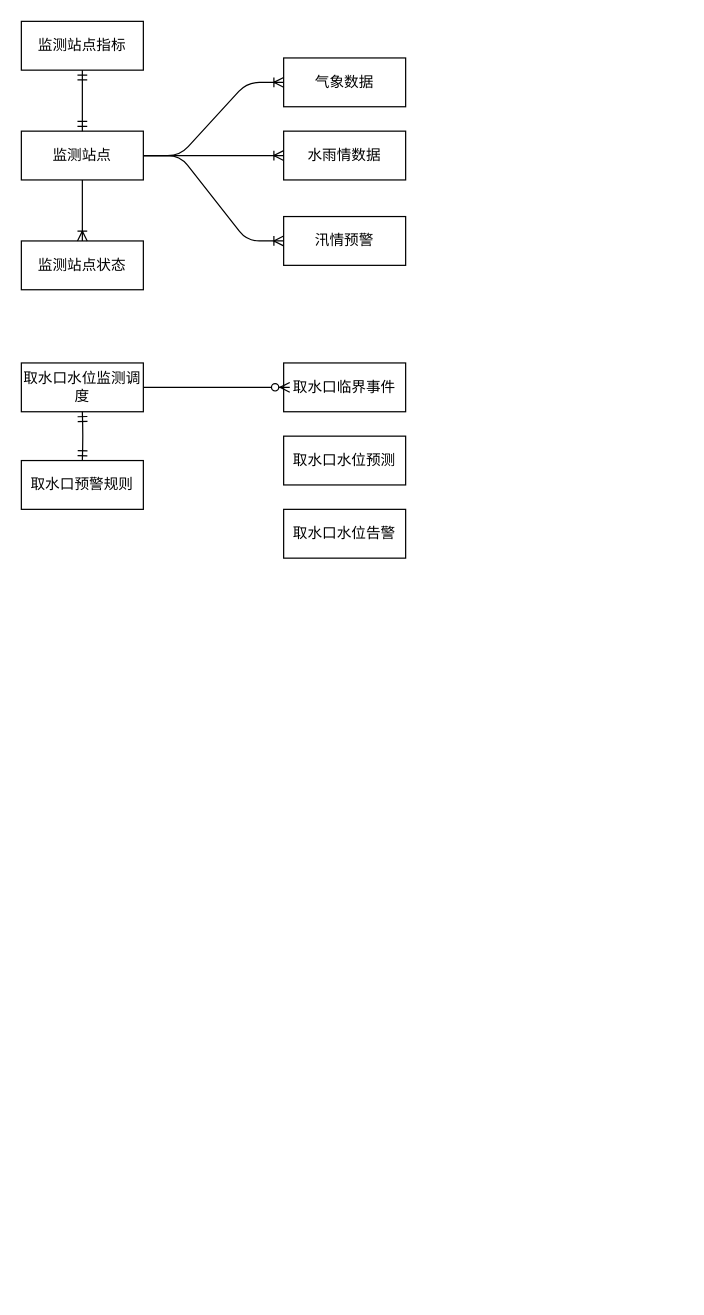
Before: file/waterreser.drawio in DORcode/admin-demo, a draw.io diagram. Source tidied: cells renumbered, new cells numbered last; positions are measured from the earlier drawing's top-left corner, leaving out a move shared by most shapes. Both pictures are drawn from the tidied source at 122%, with x=0, y=0 at pixel (21, 21).
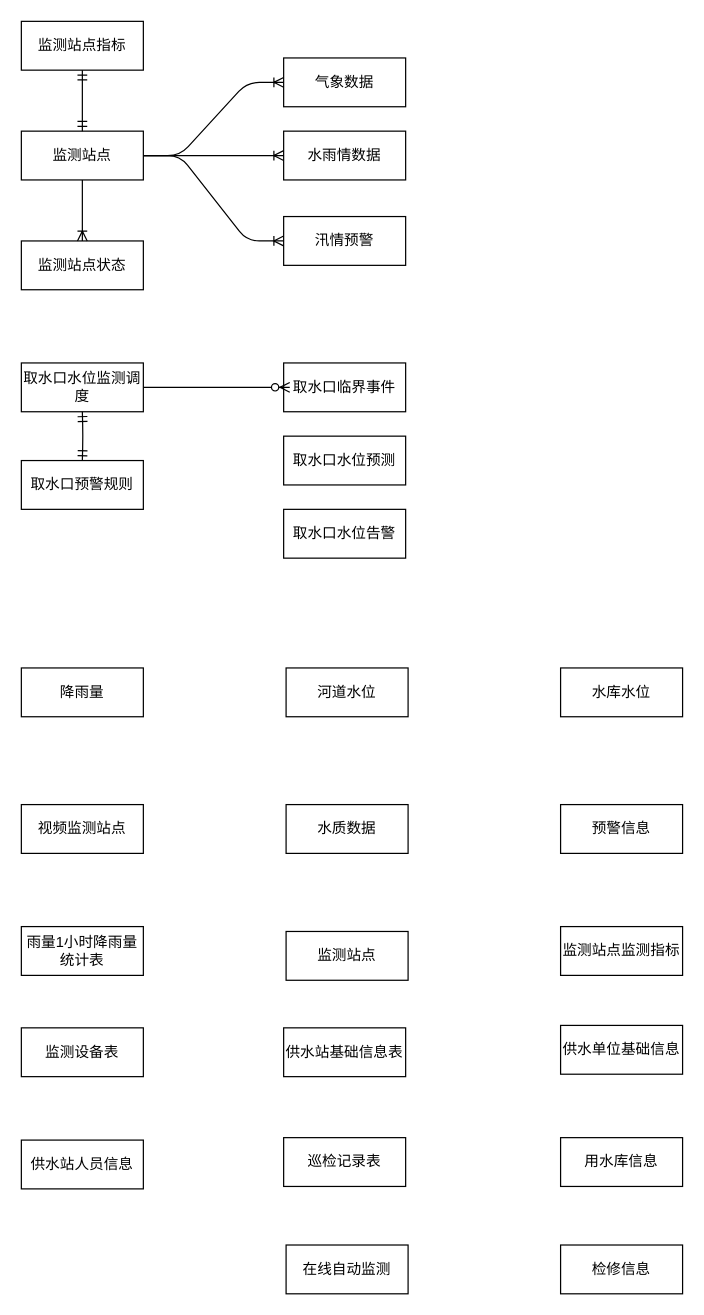
The same diagram, later.

The edit, as a diff of the source:
```diff
@@
+    <mxCell id="20" value="降雨量" style="whiteSpace=wrap;html=1;align=center;" parent="1" vertex="1">
+      <mxGeometry y="530" width="100" height="40" as="geometry" />
+    </mxCell>
+    <mxCell id="21" value="河道水位" style="whiteSpace=wrap;html=1;align=center;" parent="1" vertex="1">
+      <mxGeometry x="217" y="530" width="100" height="40" as="geometry" />
+    </mxCell>
+    <mxCell id="22" value="水库水位" style="whiteSpace=wrap;html=1;align=center;" parent="1" vertex="1">
+      <mxGeometry x="442" y="530" width="100" height="40" as="geometry" />
+    </mxCell>
+    <mxCell id="23" value="视频监测站点" style="whiteSpace=wrap;html=1;align=center;" parent="1" vertex="1">
+      <mxGeometry y="642" width="100" height="40" as="geometry" />
+    </mxCell>
+    <mxCell id="24" value="水质数据" style="whiteSpace=wrap;html=1;align=center;" parent="1" vertex="1">
+      <mxGeometry x="217" y="642" width="100" height="40" as="geometry" />
+    </mxCell>
+    <mxCell id="25" value="预警信息" style="whiteSpace=wrap;html=1;align=center;" parent="1" vertex="1">
+      <mxGeometry x="442" y="642" width="100" height="40" as="geometry" />
+    </mxCell>
+    <mxCell id="26" value="雨量1小时降雨量统计表" style="whiteSpace=wrap;html=1;align=center;" parent="1" vertex="1">
+      <mxGeometry y="742" width="100" height="40" as="geometry" />
+    </mxCell>
+    <mxCell id="27" value="监测站点" style="whiteSpace=wrap;html=1;align=center;" parent="1" vertex="1">
+      <mxGeometry x="217" y="746" width="100" height="40" as="geometry" />
+    </mxCell>
+    <mxCell id="28" value="监测站点监测指标" style="whiteSpace=wrap;html=1;align=center;" parent="1" vertex="1">
+      <mxGeometry x="442" y="742" width="100" height="40" as="geometry" />
+    </mxCell>
+    <mxCell id="29" value="监测设备表" style="whiteSpace=wrap;html=1;align=center;" parent="1" vertex="1">
+      <mxGeometry y="825" width="100" height="40" as="geometry" />
+    </mxCell>
+    <mxCell id="30" value="供水站基础信息表" style="whiteSpace=wrap;html=1;align=center;" parent="1" vertex="1">
+      <mxGeometry x="215" y="825" width="100" height="40" as="geometry" />
+    </mxCell>
+    <mxCell id="31" value="供水单位基础信息" style="whiteSpace=wrap;html=1;align=center;" parent="1" vertex="1">
+      <mxGeometry x="442" y="823" width="100" height="40" as="geometry" />
+    </mxCell>
+    <mxCell id="32" value="供水站人员信息" style="whiteSpace=wrap;html=1;align=center;" parent="1" vertex="1">
+      <mxGeometry y="917" width="100" height="40" as="geometry" />
+    </mxCell>
+    <mxCell id="33" value="巡检记录表" style="whiteSpace=wrap;html=1;align=center;" parent="1" vertex="1">
+      <mxGeometry x="215" y="915" width="100" height="40" as="geometry" />
+    </mxCell>
+    <mxCell id="34" value="用水库信息" style="whiteSpace=wrap;html=1;align=center;" parent="1" vertex="1">
+      <mxGeometry x="442" y="915" width="100" height="40" as="geometry" />
+    </mxCell>
+    <mxCell id="35" value="检修信息" style="whiteSpace=wrap;html=1;align=center;" parent="1" vertex="1">
+      <mxGeometry x="442" y="1003" width="100" height="40" as="geometry" />
+    </mxCell>
+    <mxCell id="36" value="在线自动监测" style="whiteSpace=wrap;html=1;align=center;" parent="1" vertex="1">
+      <mxGeometry x="217" y="1003" width="100" height="40" as="geometry" />
+    </mxCell>
```
